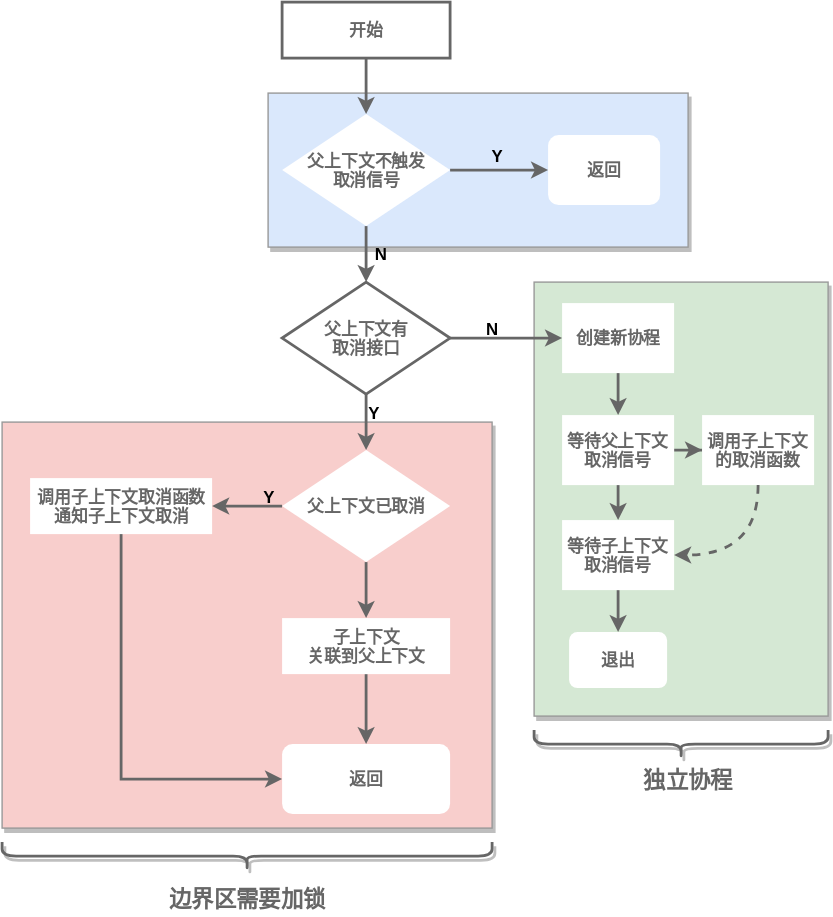
pycer/note keeps this draw.io diagram as golang/assets/propagatecancel.drawio.svg. Above is the earlier version. Source tidied: cells renumbered, new cells last; positions are measured from the earlier drawing's top-left corner, leaving out a move shared by most shapes.
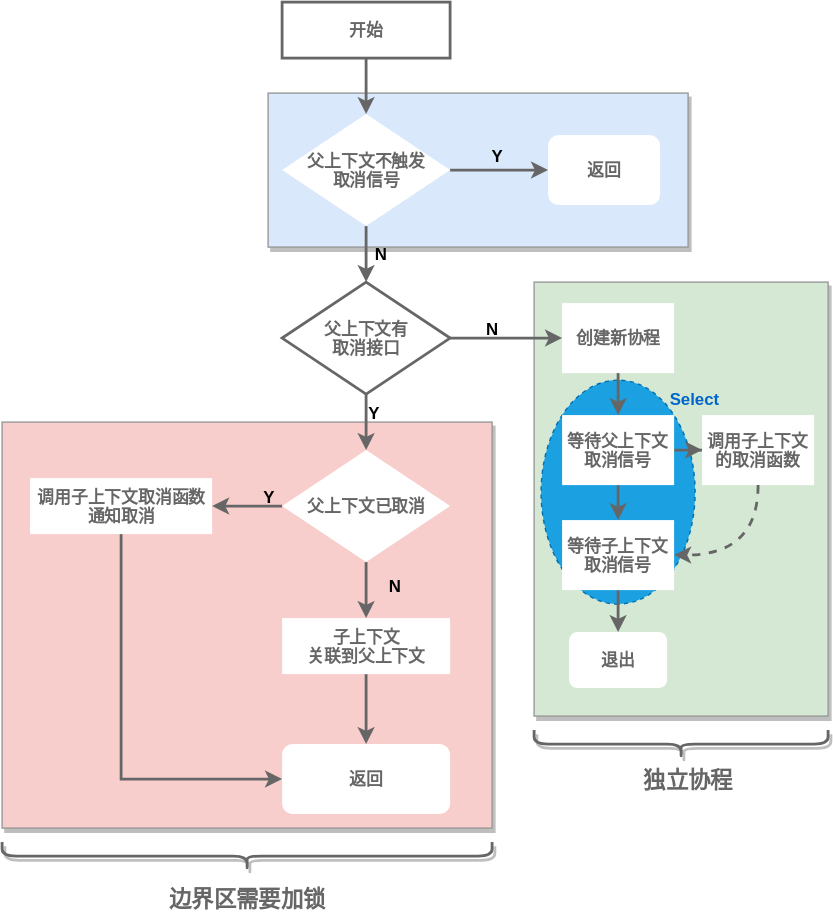
Later version of the same file.

Diff of the diagram source:
```diff
@@ -1,16 +1,19 @@
-<mxGraphModel>
+<mxGraphModel background="#FFFFFF">
   <root>
     <mxCell id="0" />
     <mxCell id="1" parent="0" />
+    <mxCell id="4" style="rounded=0;whiteSpace=wrap;html=1;fillColor=#d5e8d4;strokeColor=#999999;shadow=1;" parent="1" vertex="1">
+      <mxGeometry x="380" y="200" width="210" height="310" as="geometry" />
+    </mxCell>
+    <mxCell id="41" style="ellipse;whiteSpace=wrap;html=1;direction=south;dashed=1;fillColor=#1ba1e2;strokeColor=#006EAF;fontColor=#ffffff;" parent="1" vertex="1">
+      <mxGeometry x="385" y="270" width="110" height="160" as="geometry" />
+    </mxCell>
     <mxCell id="2" style="rounded=0;whiteSpace=wrap;html=1;shadow=1;strokeColor=#999999;fillColor=#dae8fc;" parent="1" vertex="1">
       <mxGeometry x="190" y="65" width="300" height="110" as="geometry" />
     </mxCell>
     <mxCell id="3" style="rounded=0;whiteSpace=wrap;html=1;strokeColor=#999999;fillColor=#f8cecc;shadow=1;" parent="1" vertex="1">
       <mxGeometry y="300" width="350" height="290" as="geometry" />
     </mxCell>
-    <mxCell id="4" style="rounded=0;whiteSpace=wrap;html=1;fillColor=#d5e8d4;strokeColor=#999999;shadow=1;" parent="1" vertex="1">
-      <mxGeometry x="380" y="200" width="210" height="310" as="geometry" />
-    </mxCell>
     <mxCell id="5" style="edgeStyle=orthogonalEdgeStyle;rounded=0;jettySize=auto;html=1;strokeWidth=2;strokeColor=#666666;" parent="1" edge="1" source="6" target="8">
       <mxGeometry relative="1" as="geometry" />
     </mxCell>
@@ -103,7 +106,7 @@
         </Array>
       </mxGeometry>
     </mxCell>
-    <mxCell id="33" value="&lt;b&gt;&lt;font color=&quot;#666666&quot;&gt;调用子上下文取消函数&lt;br&gt;通知子上下文取消&lt;/font&gt;&lt;/b&gt;" style="rounded=0;whiteSpace=wrap;html=1;strokeColor=none;" parent="1" vertex="1">
+    <mxCell id="33" value="&lt;b&gt;&lt;font color=&quot;#666666&quot;&gt;调用子上下文取消函数&lt;br&gt;通知取消&lt;/font&gt;&lt;/b&gt;" style="rounded=0;whiteSpace=wrap;html=1;strokeColor=none;" parent="1" vertex="1">
       <mxGeometry x="20" y="340" width="130" height="40" as="geometry" />
     </mxCell>
     <mxCell id="34" value="&lt;b&gt;&lt;font color=&quot;#666666&quot;&gt;退出&lt;/font&gt;&lt;/b&gt;" style="rounded=1;whiteSpace=wrap;html=1;strokeColor=none;" parent="1" vertex="1">
@@ -127,5 +130,11 @@
     <mxCell id="40" value="&lt;b&gt;&lt;font color=&quot;#666666&quot; style=&quot;font-size: 16px&quot;&gt;独立协程&lt;br&gt;&lt;/font&gt;&lt;/b&gt;" style="text;html=1;strokeColor=none;fillColor=none;align=center;verticalAlign=middle;whiteSpace=wrap;rounded=0;shadow=1;" parent="1" vertex="1">
       <mxGeometry x="418.5" y="545" width="143" height="20" as="geometry" />
     </mxCell>
+    <mxCell id="42" value="&lt;b&gt;&lt;font color=&quot;#0066cc&quot;&gt;Select&lt;/font&gt;&lt;/b&gt;" style="text;html=1;strokeColor=none;fillColor=none;align=center;verticalAlign=middle;whiteSpace=wrap;rounded=0;dashed=1;" parent="1" vertex="1">
+      <mxGeometry x="475" y="272.5" width="40" height="20" as="geometry" />
+    </mxCell>
+    <mxCell id="43" value="&lt;b&gt;N&lt;/b&gt;" style="text;html=1;strokeColor=none;fillColor=none;align=center;verticalAlign=middle;whiteSpace=wrap;rounded=0;" parent="1" vertex="1">
+      <mxGeometry x="260" y="409" width="40" height="15" as="geometry" />
+    </mxCell>
   </root>
 </mxGraphModel>
```
